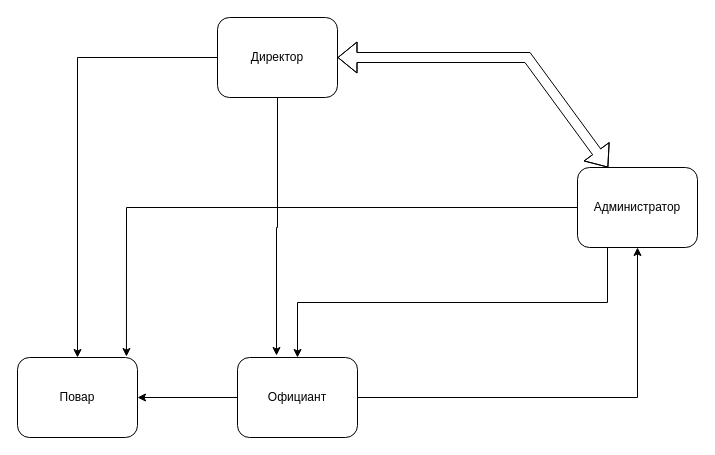
Above: Диаграмма без названия.drawio in AlexeiTr/job4j_elementary (draw.io), before the change. Source tidied: cells renumbered, new cells numbered last; positions are measured from the earlier drawing's top-left corner, leaving out a move shared by most shapes. Both pictures are drawn from the tidied source at 100%, with x=0, y=0 at pixel (17, 17).
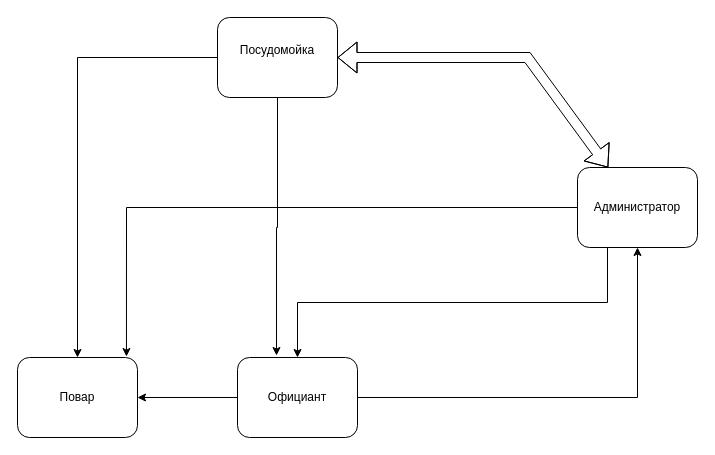
Above is the later version.

Change to the diagram source:
```diff
@@
 <mxGraphModel>
   <root>
     <mxCell id="0" />
     <mxCell id="1" parent="0" />
-    <mxCell id="2" value="Директор&lt;br&gt;" style="shape=ext;rounded=1;html=1;whiteSpace=wrap;" parent="1" vertex="1">
+    <mxCell id="2" value="Посудомойка&lt;div&gt;&lt;br/&gt;&lt;/div&gt;" style="shape=ext;rounded=1;html=1;whiteSpace=wrap;" parent="1" vertex="1">
       <mxGeometry x="200" width="120" height="80" as="geometry" />
     </mxCell>
     <mxCell id="3" value="Повар" style="shape=ext;rounded=1;html=1;whiteSpace=wrap;" parent="1" vertex="1">
       <mxGeometry y="340" width="120" height="80" as="geometry" />
     </mxCell>
     <mxCell id="4" style="edgeStyle=orthogonalEdgeStyle;rounded=0;jettySize=auto;html=1;exitX=0.25;exitY=1;exitDx=0;exitDy=0;" parent="1" edge="1" source="5" target="7">
       <mxGeometry relative="1" as="geometry" />
     </mxCell>
     <mxCell id="5" value="Администратор&lt;br&gt;" style="html=1;whiteSpace=wrap;rounded=1;" parent="1" vertex="1">
       <mxGeometry x="560" y="150" width="120" height="80" as="geometry" />
     </mxCell>
     <mxCell id="6" style="edgeStyle=orthogonalEdgeStyle;rounded=0;jettySize=auto;html=1;entryX=1;entryY=0.5;entryDx=0;entryDy=0;" parent="1" edge="1" source="7" target="3">
       <mxGeometry relative="1" as="geometry" />
     </mxCell>
     <mxCell id="7" value="Официант" style="html=1;whiteSpace=wrap;rounded=1;" parent="1" vertex="1">
       <mxGeometry x="220" y="340" width="120" height="80" as="geometry" />
     </mxCell>
     <mxCell id="8" style="edgeStyle=orthogonalEdgeStyle;rounded=0;html=1;jettySize=auto;" parent="1" edge="1" source="2" target="3">
       <mxGeometry relative="1" as="geometry" />
     </mxCell>
     <mxCell id="9" style="edgeStyle=orthogonalEdgeStyle;rounded=0;html=1;jettySize=auto;" parent="1" edge="1" source="7" target="5">
       <mxGeometry relative="1" as="geometry" />
     </mxCell>
     <mxCell id="10" style="shape=flexArrow;endArrow=classic;startArrow=classic;html=1;rounded=0;exitX=1;exitY=0.5;exitDx=0;exitDy=0;" parent="1" edge="1" source="2" target="5">
       <mxGeometry relative="1" as="geometry">
         <Array as="points">
           <mxPoint x="510" y="40" />
         </Array>
       </mxGeometry>
     </mxCell>
     <mxCell id="11" style="edgeStyle=orthogonalEdgeStyle;rounded=0;jettySize=auto;html=1;entryX=0.325;entryY=-0.025;entryDx=0;entryDy=0;entryPerimeter=0;" parent="1" edge="1" source="2" target="7">
       <mxGeometry relative="1" as="geometry" />
     </mxCell>
     <mxCell id="12" style="edgeStyle=orthogonalEdgeStyle;rounded=0;jettySize=auto;html=1;entryX=0.908;entryY=-0.012;entryDx=0;entryDy=0;entryPerimeter=0;" parent="1" edge="1" source="5" target="3">
       <mxGeometry relative="1" as="geometry" />
     </mxCell>
   </root>
 </mxGraphModel>
```
